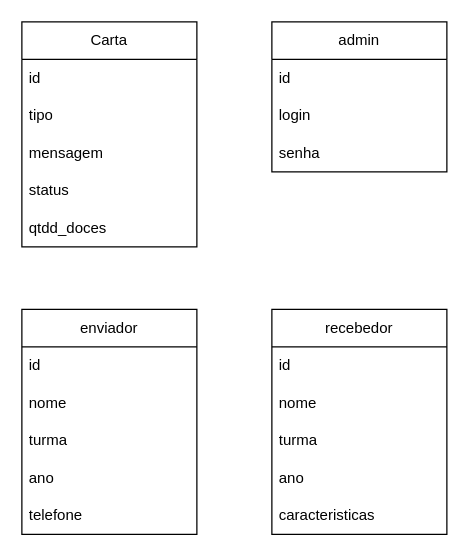
Before: diagramas/der.drawio in sousa-p/correio-elegante, a draw.io diagram. Source tidied: cells renumbered, new cells numbered last; positions are measured from the earlier drawing's top-left corner, leaving out a move shared by most shapes. Both pictures are drawn from the tidied source at 125%, with x=0, y=0 at pixel (21, 21).
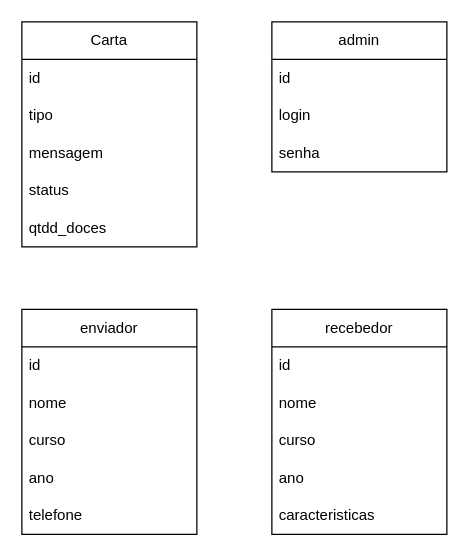
The same diagram, later.

Unchanged cells that the change refers to:
```xml
<mxCell id="12" value="recebedor" style="swimlane;fontStyle=0;horizontal=1;startSize=30;whiteSpace=wrap;html=1;" parent="1" vertex="1">
  <mxGeometry x="200" y="230" width="140" height="180" as="geometry" />
</mxCell>
<mxCell id="18" value="enviador" style="swimlane;fontStyle=0;horizontal=1;startSize=30;whiteSpace=wrap;html=1;" parent="1" vertex="1">
  <mxGeometry y="230" width="140" height="180" as="geometry" />
</mxCell>
```

Diff of the diagram source:
```diff
@@
-    <mxCell id="15" value="turma" style="text;strokeColor=none;fillColor=none;align=left;verticalAlign=middle;spacingLeft=4;spacingRight=4;overflow=hidden;whiteSpace=wrap;html=1;" parent="12" vertex="1">
+    <mxCell id="15" value="curso" style="text;strokeColor=none;fillColor=none;align=left;verticalAlign=middle;spacingLeft=4;spacingRight=4;overflow=hidden;whiteSpace=wrap;html=1;" parent="12" vertex="1">
       <mxGeometry y="90" width="140" height="30" as="geometry" />
     </mxCell>
@@
-    <mxCell id="21" value="turma" style="text;strokeColor=none;fillColor=none;align=left;verticalAlign=middle;spacingLeft=4;spacingRight=4;overflow=hidden;whiteSpace=wrap;html=1;" parent="18" vertex="1">
+    <mxCell id="21" value="curso" style="text;strokeColor=none;fillColor=none;align=left;verticalAlign=middle;spacingLeft=4;spacingRight=4;overflow=hidden;whiteSpace=wrap;html=1;" parent="18" vertex="1">
       <mxGeometry y="90" width="140" height="30" as="geometry" />
     </mxCell>
```
